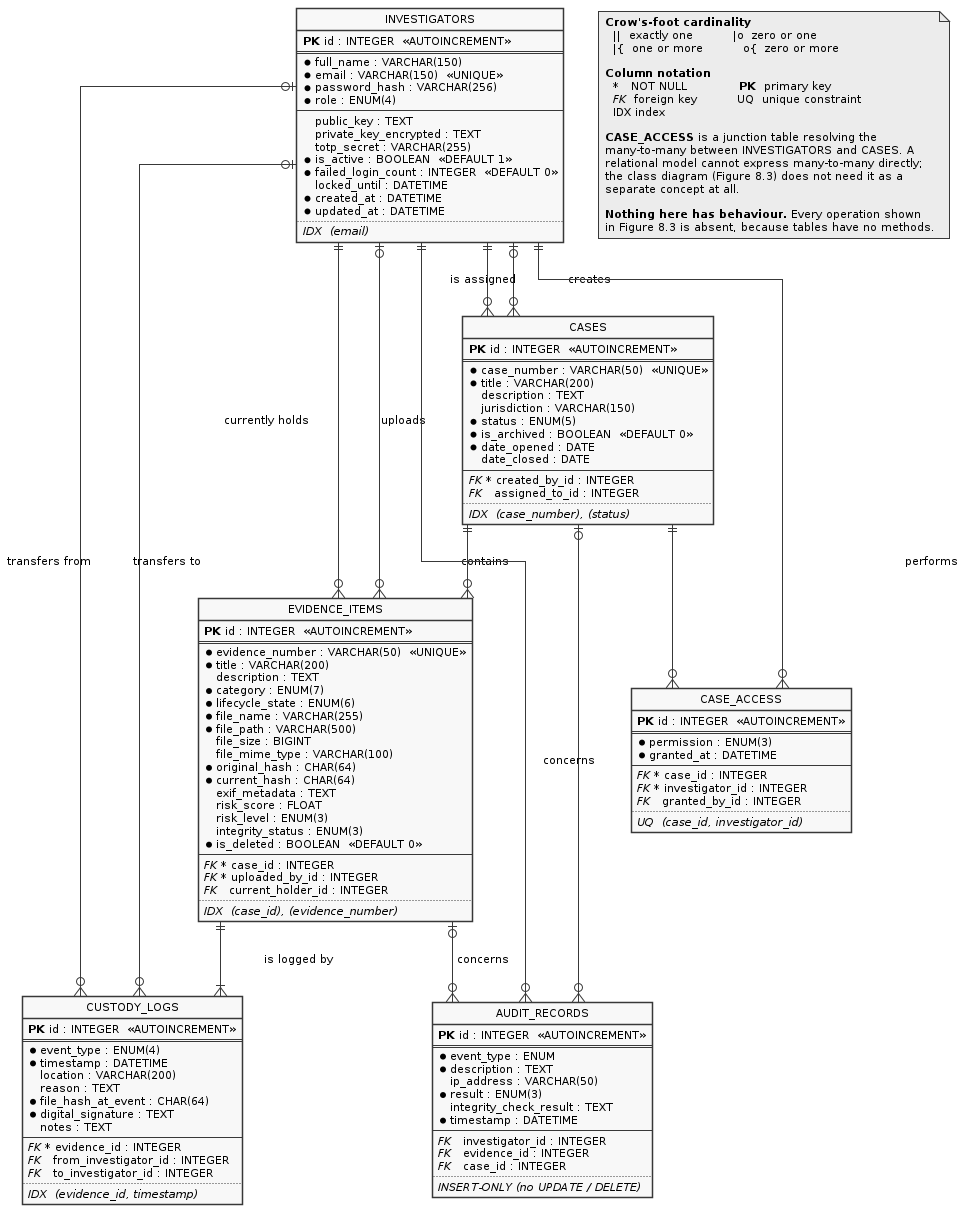
This is diagrams_png/03_er.png from vidhyaharini0/DEICMS, a PlantUML export, as it was before one commit.
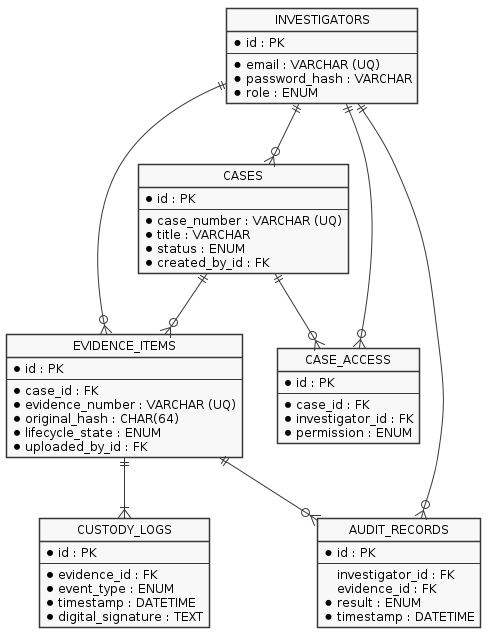
The same diagram one commit later.

Change to the diagram source:
```diff
@@ -2,159 +2,70 @@
 skinparam monochrome true
 skinparam shadowing false
 skinparam defaultFontName Arial
-skinparam defaultFontSize 11
+skinparam defaultFontSize 12
 skinparam backgroundColor white
-skinparam linetype ortho
 hide circle
 hide methods
 
-
-entity "INVESTIGATORS" as INV {
-  <b>PK</b> id : INTEGER  <<AUTOINCREMENT>>
-  ==
-  * full_name : VARCHAR(150)
-  * email : VARCHAR(150)  <<UNIQUE>>
-  * password_hash : VARCHAR(256)
-  * role : ENUM(4)
+entity INVESTIGATORS {
+  * id : PK
   --
-  public_key : TEXT
-  private_key_encrypted : TEXT
-  totp_secret : VARCHAR(255)
-  * is_active : BOOLEAN  <<DEFAULT 1>>
-  * failed_login_count : INTEGER  <<DEFAULT 0>>
-  locked_until : DATETIME
-  * created_at : DATETIME
-  * updated_at : DATETIME
-  ..
-  <i>IDX  (email)</i>
+  * email : VARCHAR (UQ)
+  * password_hash : VARCHAR
+  * role : ENUM
 }
 
-entity "CASES" as CASE {
-  <b>PK</b> id : INTEGER  <<AUTOINCREMENT>>
-  ==
-  * case_number : VARCHAR(50)  <<UNIQUE>>
-  * title : VARCHAR(200)
-  description : TEXT
-  jurisdiction : VARCHAR(150)
-  * status : ENUM(5)
-  * is_archived : BOOLEAN  <<DEFAULT 0>>
-  * date_opened : DATE
-  date_closed : DATE
+entity CASES {
+  * id : PK
   --
-  <i>FK</i> * created_by_id : INTEGER
-  <i>FK</i>   assigned_to_id : INTEGER
-  ..
-  <i>IDX  (case_number), (status)</i>
+  * case_number : VARCHAR (UQ)
+  * title : VARCHAR
+  * status : ENUM
+  * created_by_id : FK
 }
 
-entity "EVIDENCE_ITEMS" as EV {
-  <b>PK</b> id : INTEGER  <<AUTOINCREMENT>>
-  ==
-  * evidence_number : VARCHAR(50)  <<UNIQUE>>
-  * title : VARCHAR(200)
-  description : TEXT
-  * category : ENUM(7)
-  * lifecycle_state : ENUM(6)
-  * file_name : VARCHAR(255)
-  * file_path : VARCHAR(500)
-  file_size : BIGINT
-  file_mime_type : VARCHAR(100)
+entity EVIDENCE_ITEMS {
+  * id : PK
+  --
+  * case_id : FK
+  * evidence_number : VARCHAR (UQ)
   * original_hash : CHAR(64)
-  * current_hash : CHAR(64)
-  exif_metadata : TEXT
-  risk_score : FLOAT
-  risk_level : ENUM(3)
-  integrity_status : ENUM(3)
-  * is_deleted : BOOLEAN  <<DEFAULT 0>>
-  --
-  <i>FK</i> * case_id : INTEGER
-  <i>FK</i> * uploaded_by_id : INTEGER
-  <i>FK</i>   current_holder_id : INTEGER
-  ..
-  <i>IDX  (case_id), (evidence_number)</i>
+  * lifecycle_state : ENUM
+  * uploaded_by_id : FK
 }
 
-entity "CUSTODY_LOGS" as CL {
-  <b>PK</b> id : INTEGER  <<AUTOINCREMENT>>
-  ==
-  * event_type : ENUM(4)
+entity CUSTODY_LOGS {
+  * id : PK
+  --
+  * evidence_id : FK
+  * event_type : ENUM
   * timestamp : DATETIME
-  location : VARCHAR(200)
-  reason : TEXT
-  * file_hash_at_event : CHAR(64)
   * digital_signature : TEXT
-  notes : TEXT
-  --
-  <i>FK</i> * evidence_id : INTEGER
-  <i>FK</i>   from_investigator_id : INTEGER
-  <i>FK</i>   to_investigator_id : INTEGER
-  ..
-  <i>IDX  (evidence_id, timestamp)</i>
 }
 
-entity "AUDIT_RECORDS" as AR {
-  <b>PK</b> id : INTEGER  <<AUTOINCREMENT>>
-  ==
-  * event_type : ENUM
-  * description : TEXT
-  ip_address : VARCHAR(50)
-  * result : ENUM(3)
-  integrity_check_result : TEXT
+entity AUDIT_RECORDS {
+  * id : PK
+  --
+  investigator_id : FK
+  evidence_id : FK
+  * result : ENUM
   * timestamp : DATETIME
-  --
-  <i>FK</i>   investigator_id : INTEGER
-  <i>FK</i>   evidence_id : INTEGER
-  <i>FK</i>   case_id : INTEGER
-  ..
-  <i>INSERT-ONLY (no UPDATE / DELETE)</i>
 }
 
-entity "CASE_ACCESS" as CA {
-  <b>PK</b> id : INTEGER  <<AUTOINCREMENT>>
-  ==
-  * permission : ENUM(3)
-  * granted_at : DATETIME
+entity CASE_ACCESS {
+  * id : PK
   --
-  <i>FK</i> * case_id : INTEGER
-  <i>FK</i> * investigator_id : INTEGER
-  <i>FK</i>   granted_by_id : INTEGER
-  ..
-  <i>UQ  (case_id, investigator_id)</i>
+  * case_id : FK
+  * investigator_id : FK
+  * permission : ENUM
 }
 
-CASE ||--o{ EV : "contains"
-EV   ||--|{ CL : "is logged by"
-
-INV ||--o{ CASE : "creates"
-INV |o--o{ CASE : "is assigned"
-INV ||--o{ EV   : "uploads"
-INV |o--o{ EV   : "currently holds"
-INV |o--o{ CL   : "transfers from"
-INV |o--o{ CL   : "transfers to"
-INV ||--o{ AR   : "performs"
-EV  |o--o{ AR   : "concerns"
-CASE |o--o{ AR  : "concerns"
-
-CASE ||--o{ CA : ""
-INV  ||--o{ CA : ""
-
-note as N1
-  <b>Crow's-foot cardinality</b>
-    ||  exactly one          |o  zero or one
-    |{  one or more          o{  zero or more
-
-  <b>Column notation</b>
-    *   NOT NULL             <b>PK</b>  primary key
-    <i>FK</i>  foreign key          UQ  unique constraint
-    IDX index
-
-  <b>CASE_ACCESS</b> is a junction table resolving the
-  many-to-many between INVESTIGATORS and CASES. A
-  relational model cannot express many-to-many directly;
-  the class diagram (Figure 8.3) does not need it as a
-  separate concept at all.
-
-  <b>Nothing here has behaviour.</b> Every operation shown
-  in Figure 8.3 is absent, because tables have no methods.
-end note
+INVESTIGATORS ||--o{ CASES
+INVESTIGATORS ||--o{ EVIDENCE_ITEMS
+INVESTIGATORS ||--o{ AUDIT_RECORDS
+INVESTIGATORS ||--o{ CASE_ACCESS
+CASES         ||--o{ EVIDENCE_ITEMS
+CASES         ||--o{ CASE_ACCESS
+EVIDENCE_ITEMS ||--|{ CUSTODY_LOGS
+EVIDENCE_ITEMS ||--o{ AUDIT_RECORDS
 @enduml
```
